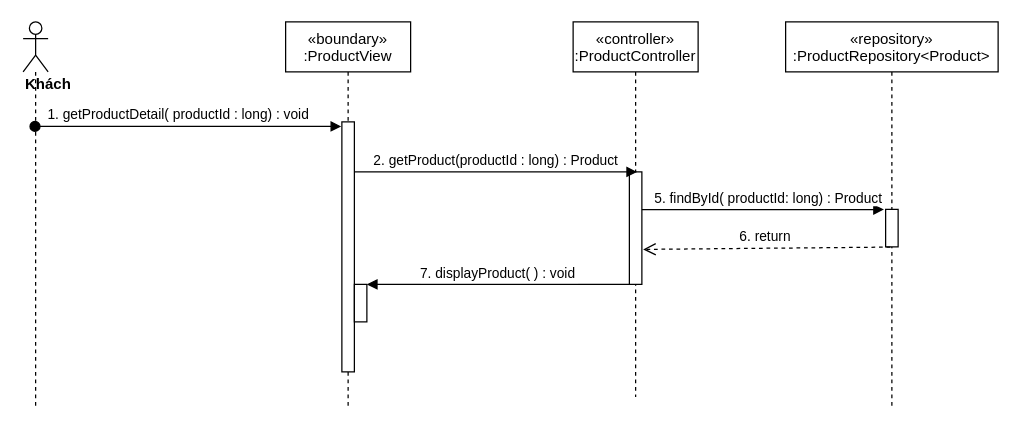
Above: sequence diagram/productDetail-sequence.drawio in nguyenphamvan/datn_20202 (draw.io), before the change. Source tidied: cells renumbered, new cells numbered last; positions are measured from the earlier drawing's top-left corner, leaving out a move shared by most shapes. Both pictures are drawn from the tidied source at 125%, with x=0, y=0 at pixel (22, 21).
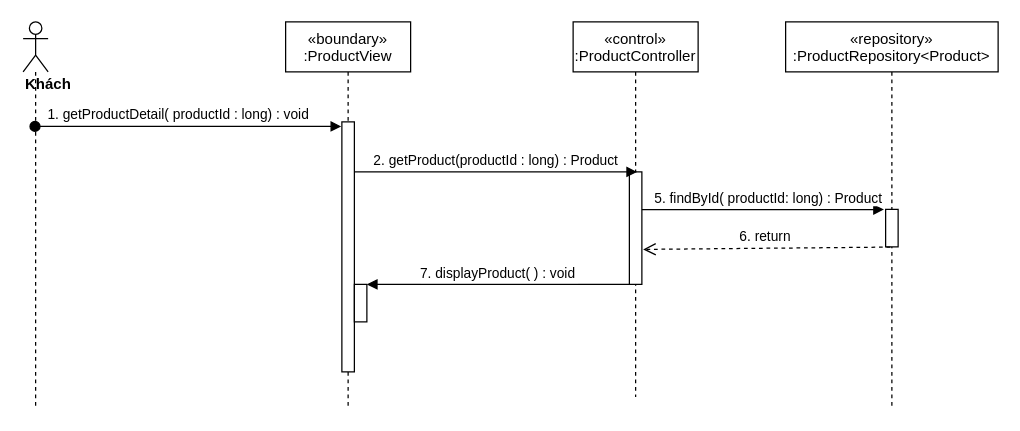
Above is the later version.

What changed in the source:
```diff
@@
 <mxGraphModel>
   <root>
     <mxCell id="0" />
     <mxCell id="1" parent="0" />
     <mxCell id="2" value="«boundary»&#10;:ProductView" style="shape=umlLifeline;perimeter=lifelinePerimeter;rounded=0;shadow=0;strokeWidth=1;" parent="1" vertex="1">
       <mxGeometry x="210" width="100" height="310" as="geometry" />
     </mxCell>
     <mxCell id="3" style="points=[];perimeter=orthogonalPerimeter;rounded=0;shadow=0;strokeWidth=1;" parent="2" vertex="1">
       <mxGeometry x="45" y="80" width="10" height="200" as="geometry" />
     </mxCell>
     <mxCell id="4" style="html=1;points=[];perimeter=orthogonalPerimeter;" parent="2" vertex="1">
       <mxGeometry x="55" y="210" width="10" height="30" as="geometry" />
     </mxCell>
-    <mxCell id="5" value="«controller»&#10;:ProductController" style="shape=umlLifeline;perimeter=lifelinePerimeter;rounded=0;shadow=0;strokeWidth=1;" parent="1" vertex="1">
+    <mxCell id="5" value="«control»&#10;:ProductController" style="shape=umlLifeline;perimeter=lifelinePerimeter;rounded=0;shadow=0;strokeWidth=1;" parent="1" vertex="1">
       <mxGeometry x="440" width="100" height="300" as="geometry" />
     </mxCell>
     <mxCell id="6" style="points=[];perimeter=orthogonalPerimeter;rounded=0;shadow=0;strokeWidth=1;" parent="5" vertex="1">
       <mxGeometry x="45" y="120" width="10" height="90" as="geometry" />
     </mxCell>
     <mxCell id="7" value="&lt;div&gt;&lt;b&gt;Khách&lt;/b&gt;&lt;/div&gt;" style="shape=umlLifeline;participant=umlActor;perimeter=lifelinePerimeter;whiteSpace=wrap;html=1;verticalAlign=top;spacingTop=36;outlineConnect=0;align=left;" parent="1" vertex="1">
       <mxGeometry width="20" height="310" as="geometry" />
     </mxCell>
     <mxCell id="8" value="1. getProductDetail( productId : long) : void" style="verticalAlign=bottom;startArrow=oval;endArrow=block;startSize=8;shadow=0;strokeWidth=1;entryX=-0.05;entryY=0.018;entryDx=0;entryDy=0;entryPerimeter=0;" parent="1" edge="1" source="7" target="3">
       <mxGeometry x="-0.06" relative="1" as="geometry" />
     </mxCell>
     <mxCell id="9" value="2. getProduct(productId : long) : Product" style="html=1;verticalAlign=bottom;endArrow=block;entryX=0.617;entryY=0.001;entryDx=0;entryDy=0;entryPerimeter=0;" parent="1" edge="1" source="3" target="6">
       <mxGeometry relative="1" as="geometry" />
     </mxCell>
     <mxCell id="10" value="«repository»&#10;:ProductRepository&lt;Product&gt;" style="shape=umlLifeline;perimeter=lifelinePerimeter;rounded=0;shadow=0;strokeWidth=1;" parent="1" vertex="1">
       <mxGeometry x="610" width="170" height="310" as="geometry" />
     </mxCell>
     <mxCell id="11" style="points=[];perimeter=orthogonalPerimeter;rounded=0;shadow=0;strokeWidth=1;" parent="10" vertex="1">
       <mxGeometry x="80" y="150" width="10" height="30" as="geometry" />
     </mxCell>
     <mxCell id="12" value="5. findById( productId: long) : Product" style="html=1;verticalAlign=bottom;endArrow=block;entryX=-0.133;entryY=0.004;entryDx=0;entryDy=0;entryPerimeter=0;" parent="1" edge="1" source="6" target="11">
       <mxGeometry x="0.04" relative="1" as="geometry" />
     </mxCell>
     <mxCell id="13" value="6. return&amp;nbsp;" style="html=1;verticalAlign=bottom;endArrow=open;dashed=1;endSize=8;exitX=0.367;exitY=1.006;exitDx=0;exitDy=0;exitPerimeter=0;entryX=1.1;entryY=0.689;entryDx=0;entryDy=0;entryPerimeter=0;" parent="1" edge="1" source="11" target="6">
       <mxGeometry relative="1" as="geometry" />
     </mxCell>
     <mxCell id="14" value="7. displayProduct( ) : void" style="verticalAlign=bottom;endArrow=block;shadow=0;strokeWidth=1;" parent="1" edge="1" source="6" target="4">
       <mxGeometry relative="1" as="geometry" />
     </mxCell>
   </root>
 </mxGraphModel>
```
